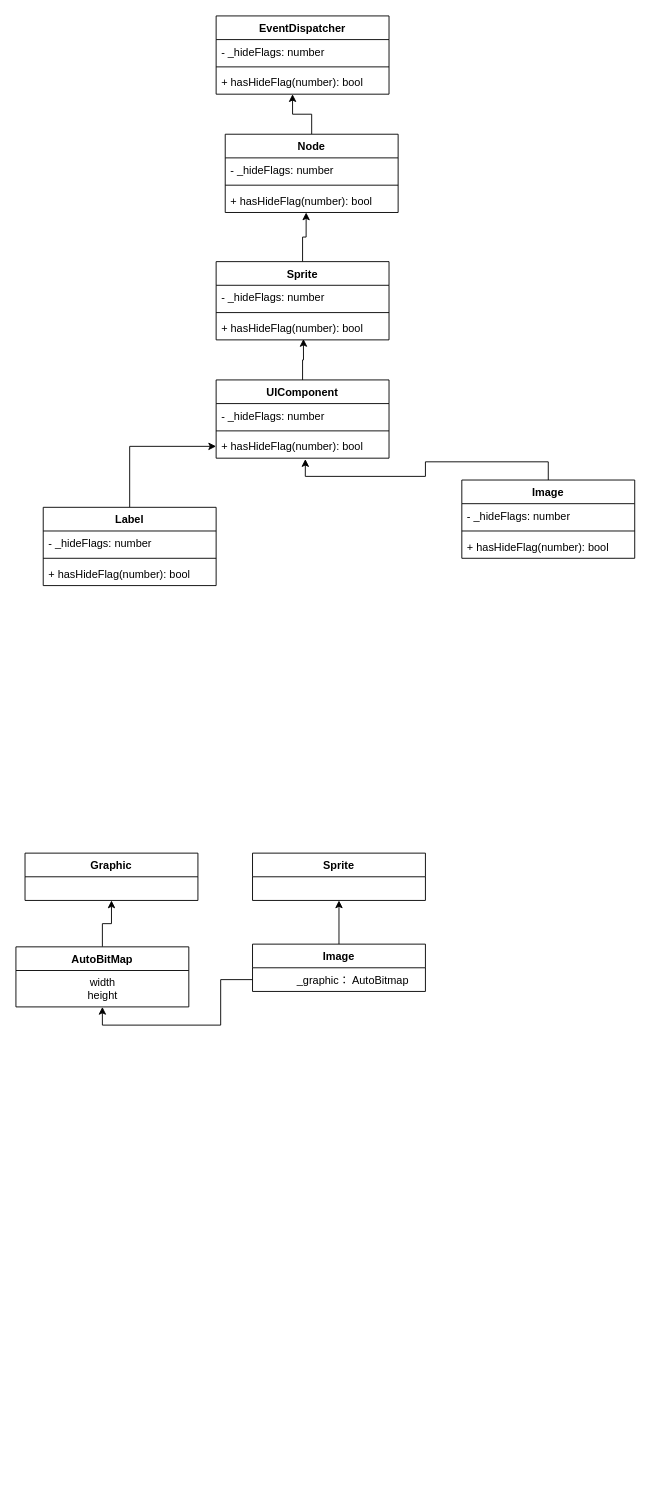
Before: 未命名绘图.drawio in nikeoboy/H5, a draw.io diagram. Source tidied: cells renumbered, new cells numbered last; positions are measured from the earlier drawing's top-left corner, leaving out a move shared by most shapes. Both pictures are drawn from the tidied source at 91%, with x=0, y=0 at pixel (15, 15).
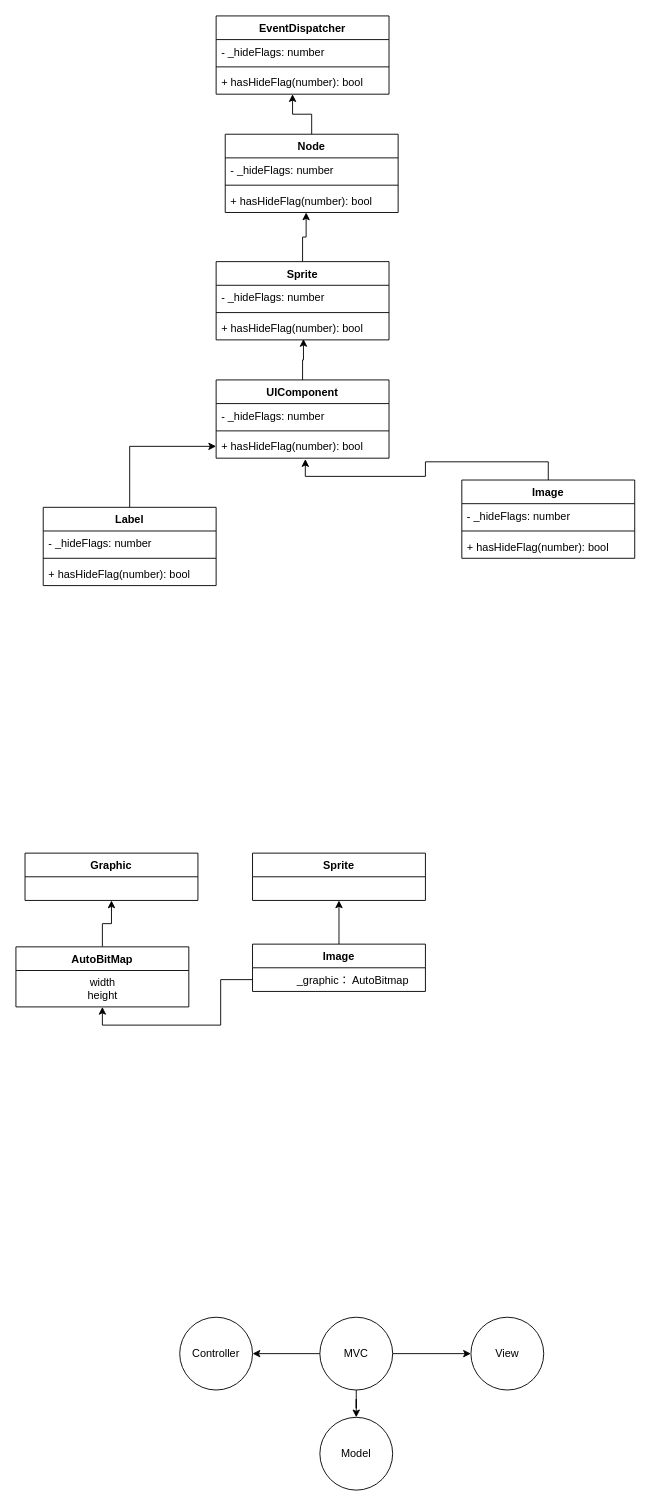
Above is the later version.

Commit message:
更新未命名绘图.drawio

Diff of the diagram source:
```diff
@@
+    <mxCell id="40" style="edgeStyle=orthogonalEdgeStyle;rounded=0;jettySize=auto;html=1;" parent="1" edge="1" source="43" target="44">
+      <mxGeometry relative="1" as="geometry" />
+    </mxCell>
+    <mxCell id="41" style="edgeStyle=orthogonalEdgeStyle;rounded=0;jettySize=auto;html=1;" parent="1" edge="1" source="43" target="45">
+      <mxGeometry relative="1" as="geometry" />
+    </mxCell>
+    <mxCell id="42" style="edgeStyle=orthogonalEdgeStyle;rounded=0;jettySize=auto;html=1;" parent="1" edge="1" source="43" target="46">
+      <mxGeometry relative="1" as="geometry" />
+    </mxCell>
+    <mxCell id="43" value="MVC" style="ellipse;whiteSpace=wrap;html=1;" parent="1" vertex="1">
+      <mxGeometry x="334" y="1430" width="80" height="80" as="geometry" />
+    </mxCell>
+    <mxCell id="44" value="View" style="ellipse;whiteSpace=wrap;html=1;" parent="1" vertex="1">
+      <mxGeometry x="500" y="1430" width="80" height="80" as="geometry" />
+    </mxCell>
+    <mxCell id="45" value="Model" style="ellipse;whiteSpace=wrap;html=1;" parent="1" vertex="1">
+      <mxGeometry x="334" y="1540" width="80" height="80" as="geometry" />
+    </mxCell>
+    <mxCell id="46" value="Controller" style="ellipse;whiteSpace=wrap;html=1;" parent="1" vertex="1">
+      <mxGeometry x="180" y="1430" width="80" height="80" as="geometry" />
+    </mxCell>
```
